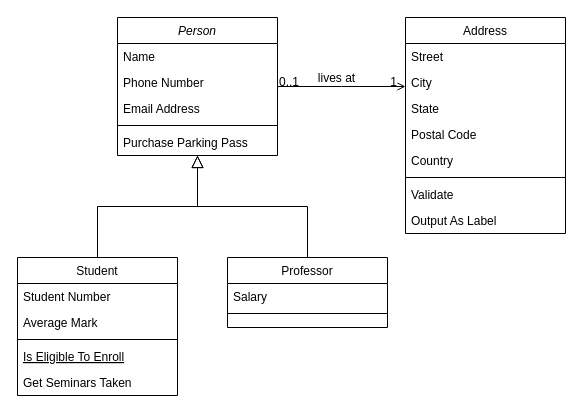
Before: Diagrama sin título.drawio in xksis/Tarea1, a draw.io diagram. Source tidied: cells renumbered, new cells numbered last; positions are measured from the earlier drawing's top-left corner, leaving out a move shared by most shapes. Both pictures are drawn from the tidied source at 100%, with x=0, y=0 at pixel (17, 17).
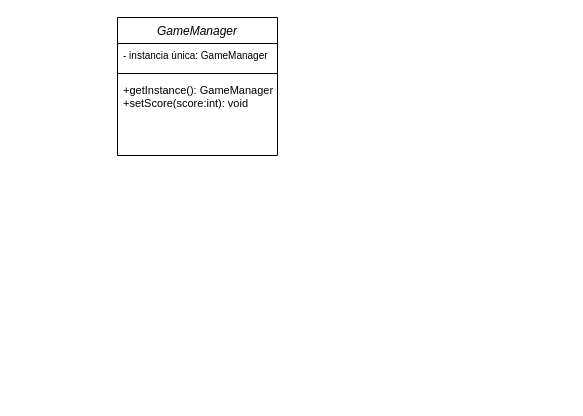
After the change.

The edit, as a diff of the source:
```diff
@@
-    <mxCell id="2" value="Person" style="swimlane;fontStyle=2;align=center;verticalAlign=top;horizontal=1;startSize=26;rounded=0;shadow=0;strokeWidth=1;" parent="1" vertex="1">
+    <mxCell id="2" value="GameManager" style="swimlane;fontStyle=2;align=center;verticalAlign=top;horizontal=1;startSize=26;rounded=0;shadow=0;strokeWidth=1;" parent="1" vertex="1">
       <mxGeometry x="100" width="160" height="138" as="geometry" />
     </mxCell>
-    <mxCell id="3" value="Name" style="text;align=left;verticalAlign=top;spacingLeft=4;spacingRight=4;overflow=hidden;" parent="2" vertex="1">
+    <mxCell id="3" value="- instancia única: GameManager" style="text;align=left;verticalAlign=top;spacingLeft=4;spacingRight=4;overflow=hidden;fontSize=10;" parent="2" vertex="1">
       <mxGeometry y="26" width="160" height="26" as="geometry" />
     </mxCell>
-    <mxCell id="4" value="Phone Number" style="text;align=left;verticalAlign=top;spacingLeft=4;spacingRight=4;overflow=hidden;rounded=0;shadow=0;html=0;" parent="2" vertex="1">
-      <mxGeometry y="52" width="160" height="26" as="geometry" />
-    </mxCell>
-    <mxCell id="5" value="Email Address" style="text;align=left;verticalAlign=top;spacingLeft=4;spacingRight=4;overflow=hidden;rounded=0;shadow=0;html=0;" parent="2" vertex="1">
-      <mxGeometry y="78" width="160" height="26" as="geometry" />
-    </mxCell>
     <mxCell id="6" style="line;html=1;strokeWidth=1;align=left;verticalAlign=middle;spacingTop=-1;spacingLeft=3;spacingRight=3;labelPosition=right;" parent="2" vertex="1">
-      <mxGeometry y="104" width="160" height="8" as="geometry" />
+      <mxGeometry y="52" width="160" height="8" as="geometry" />
     </mxCell>
-    <mxCell id="7" value="Purchase Parking Pass" style="text;align=left;verticalAlign=top;spacingLeft=4;spacingRight=4;overflow=hidden;" parent="2" vertex="1">
-      <mxGeometry y="112" width="160" height="26" as="geometry" />
+    <mxCell id="7" value="+getInstance(): GameManager&#10;+setScore(score:int): void&#10;&#10;&#10;" style="text;align=left;verticalAlign=top;spacingLeft=4;spacingRight=4;overflow=hidden;fontSize=11;" parent="2" vertex="1">
+      <mxGeometry y="60" width="160" height="26" as="geometry" />
     </mxCell>
-    <mxCell id="8" value="Student" style="swimlane;fontStyle=0;align=center;verticalAlign=top;horizontal=1;startSize=26;rounded=0;shadow=0;strokeWidth=1;" parent="1" vertex="1">
-      <mxGeometry y="240" width="160" height="138" as="geometry" />
-    </mxCell>
-    <mxCell id="9" value="Student Number" style="text;align=left;verticalAlign=top;spacingLeft=4;spacingRight=4;overflow=hidden;" parent="8" vertex="1">
-      <mxGeometry y="26" width="160" height="26" as="geometry" />
-    </mxCell>
-    <mxCell id="10" value="Average Mark" style="text;align=left;verticalAlign=top;spacingLeft=4;spacingRight=4;overflow=hidden;rounded=0;shadow=0;html=0;" parent="8" vertex="1">
-      <mxGeometry y="52" width="160" height="26" as="geometry" />
-    </mxCell>
-    <mxCell id="11" style="line;html=1;strokeWidth=1;align=left;verticalAlign=middle;spacingTop=-1;spacingLeft=3;spacingRight=3;labelPosition=right;" parent="8" vertex="1">
-      <mxGeometry y="78" width="160" height="8" as="geometry" />
-    </mxCell>
-    <mxCell id="12" value="Is Eligible To Enroll" style="text;align=left;verticalAlign=top;spacingLeft=4;spacingRight=4;overflow=hidden;fontStyle=4;" parent="8" vertex="1">
-      <mxGeometry y="86" width="160" height="26" as="geometry" />
-    </mxCell>
-    <mxCell id="13" value="Get Seminars Taken" style="text;align=left;verticalAlign=top;spacingLeft=4;spacingRight=4;overflow=hidden;" parent="8" vertex="1">
-      <mxGeometry y="112" width="160" height="26" as="geometry" />
-    </mxCell>
-    <mxCell id="14" style="endArrow=block;endSize=10;endFill=0;shadow=0;strokeWidth=1;rounded=0;edgeStyle=elbowEdgeStyle;elbow=vertical;" parent="1" edge="1" source="8" target="2">
-      <mxGeometry relative="1" as="geometry" />
-    </mxCell>
-    <mxCell id="15" value="Professor" style="swimlane;fontStyle=0;align=center;verticalAlign=top;horizontal=1;startSize=26;rounded=0;shadow=0;strokeWidth=1;" parent="1" vertex="1">
-      <mxGeometry x="210" y="240" width="160" height="70" as="geometry" />
-    </mxCell>
-    <mxCell id="16" value="Salary" style="text;align=left;verticalAlign=top;spacingLeft=4;spacingRight=4;overflow=hidden;" parent="15" vertex="1">
-      <mxGeometry y="26" width="160" height="26" as="geometry" />
-    </mxCell>
-    <mxCell id="17" style="line;html=1;strokeWidth=1;align=left;verticalAlign=middle;spacingTop=-1;spacingLeft=3;spacingRight=3;labelPosition=right;" parent="15" vertex="1">
-      <mxGeometry y="52" width="160" height="8" as="geometry" />
-    </mxCell>
-    <mxCell id="18" style="endArrow=block;endSize=10;endFill=0;shadow=0;strokeWidth=1;rounded=0;edgeStyle=elbowEdgeStyle;elbow=vertical;" parent="1" edge="1" source="15" target="2">
-      <mxGeometry relative="1" as="geometry" />
-    </mxCell>
-    <mxCell id="19" value="Address" style="swimlane;fontStyle=0;align=center;verticalAlign=top;horizontal=1;startSize=26;rounded=0;shadow=0;strokeWidth=1;" parent="1" vertex="1">
-      <mxGeometry x="388" width="160" height="216" as="geometry" />
-    </mxCell>
-    <mxCell id="20" value="Street" style="text;align=left;verticalAlign=top;spacingLeft=4;spacingRight=4;overflow=hidden;" parent="19" vertex="1">
-      <mxGeometry y="26" width="160" height="26" as="geometry" />
-    </mxCell>
-    <mxCell id="21" value="City" style="text;align=left;verticalAlign=top;spacingLeft=4;spacingRight=4;overflow=hidden;rounded=0;shadow=0;html=0;" parent="19" vertex="1">
-      <mxGeometry y="52" width="160" height="26" as="geometry" />
-    </mxCell>
-    <mxCell id="22" value="State" style="text;align=left;verticalAlign=top;spacingLeft=4;spacingRight=4;overflow=hidden;rounded=0;shadow=0;html=0;" parent="19" vertex="1">
-      <mxGeometry y="78" width="160" height="26" as="geometry" />
-    </mxCell>
-    <mxCell id="23" value="Postal Code" style="text;align=left;verticalAlign=top;spacingLeft=4;spacingRight=4;overflow=hidden;rounded=0;shadow=0;html=0;" parent="19" vertex="1">
-      <mxGeometry y="104" width="160" height="26" as="geometry" />
-    </mxCell>
-    <mxCell id="24" value="Country" style="text;align=left;verticalAlign=top;spacingLeft=4;spacingRight=4;overflow=hidden;rounded=0;shadow=0;html=0;" parent="19" vertex="1">
-      <mxGeometry y="130" width="160" height="26" as="geometry" />
-    </mxCell>
-    <mxCell id="25" style="line;html=1;strokeWidth=1;align=left;verticalAlign=middle;spacingTop=-1;spacingLeft=3;spacingRight=3;labelPosition=right;" parent="19" vertex="1">
-      <mxGeometry y="156" width="160" height="8" as="geometry" />
-    </mxCell>
-    <mxCell id="26" value="Validate" style="text;align=left;verticalAlign=top;spacingLeft=4;spacingRight=4;overflow=hidden;" parent="19" vertex="1">
-      <mxGeometry y="164" width="160" height="26" as="geometry" />
-    </mxCell>
-    <mxCell id="27" value="Output As Label" style="text;align=left;verticalAlign=top;spacingLeft=4;spacingRight=4;overflow=hidden;" parent="19" vertex="1">
-      <mxGeometry y="190" width="160" height="26" as="geometry" />
-    </mxCell>
-    <mxCell id="28" style="endArrow=open;shadow=0;strokeWidth=1;rounded=0;endFill=1;edgeStyle=elbowEdgeStyle;elbow=vertical;" parent="1" edge="1" source="2" target="19">
-      <mxGeometry x="0.5" y="41" relative="1" as="geometry">
-        <mxPoint x="-40" y="32" as="offset" />
-      </mxGeometry>
-    </mxCell>
-    <mxCell id="29" value="0..1" style="align=left;verticalAlign=bottom;labelBackgroundColor=none;fontSize=12;" parent="28" vertex="1">
-      <mxGeometry x="-1" relative="1" as="geometry">
-        <mxPoint y="4" as="offset" />
-      </mxGeometry>
-    </mxCell>
-    <mxCell id="30" value="1" style="align=right;verticalAlign=bottom;labelBackgroundColor=none;fontSize=12;" parent="28" vertex="1">
-      <mxGeometry x="1" relative="1" as="geometry">
-        <mxPoint x="-7" y="4" as="offset" />
-      </mxGeometry>
-    </mxCell>
-    <mxCell id="31" value="lives at" style="text;html=1;align=center;verticalAlign=middle;labelBackgroundColor=none;rounded=0;shadow=0;strokeWidth=1;fontSize=12;" parent="28" vertex="1">
-      <mxGeometry x="0.5" y="49" relative="1" as="geometry">
-        <mxPoint x="-38" y="40" as="offset" />
-      </mxGeometry>
-    </mxCell>
```
